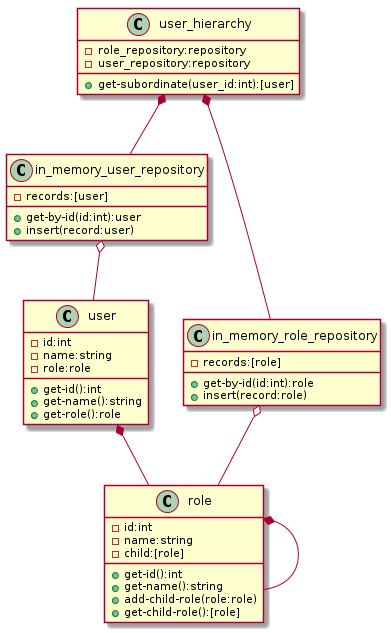
Before: documentation/architecture/class.png, a diagram exported from PlantUML (svo/role-based-access-control).
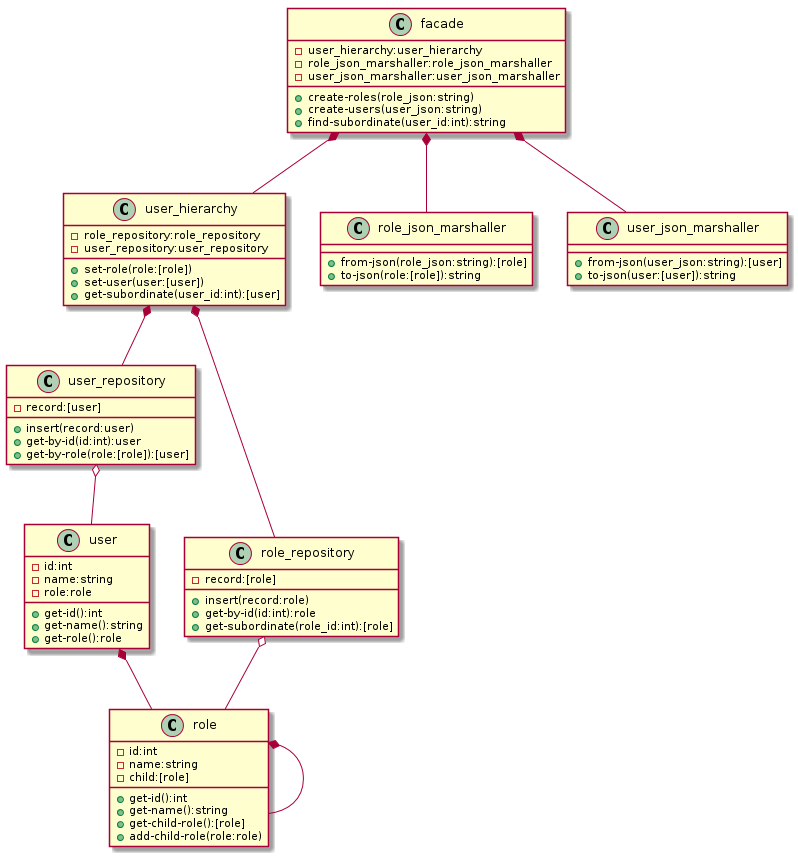
After the change.

Commit message:
Additional interactions in class diagram

Task: https://trello.com/c/miJSLy8b/

What changed in the source:
```diff
@@ -7,8 +7,8 @@
 
   + get-id():int
   + get-name():string
+  + get-child-role():[role]
   + add-child-role(role:role)
-  + get-child-role():[role]
 }
 
 class user {
@@ -21,32 +21,58 @@
   + get-role():role
 }
 
-class in_memory_user_repository {
-  - records:[user]
+class user_repository {
+  - record:[user]
 
+  + insert(record:user)
   + get-by-id(id:int):user
-  + insert(record:user)
+  + get-by-role(role:[role]):[user]
 }
 
-class in_memory_role_repository {
-  - records:[role]
+class role_repository {
+  - record:[role]
 
+  + insert(record:role)
   + get-by-id(id:int):role
-  + insert(record:role)
+  + get-subordinate(role_id:int):[role]
 }
 
 class user_hierarchy {
-  - role_repository:repository
-  - user_repository:repository
+  - role_repository:role_repository
+  - user_repository:user_repository
 
+  + set-role(role:[role])
+  + set-user(user:[user])
   + get-subordinate(user_id:int):[user]
+}
+
+class role_json_marshaller {
+  + from-json(role_json:string):[role]
+  + to-json(role:[role]):string
+}
+
+class user_json_marshaller {
+  + from-json(user_json:string):[user]
+  + to-json(user:[user]):string
+}
+
+class facade {
+  - user_hierarchy:user_hierarchy
+  - role_json_marshaller:role_json_marshaller
+  - user_json_marshaller:user_json_marshaller
+
+  + create-roles(role_json:string)
+  + create-users(user_json:string)
+  + find-subordinate(user_id:int):string
 }
 
 role *-- role
 user *-- role
-user_hierarchy *-- in_memory_role_repository
-user_hierarchy *-- in_memory_user_repository
-in_memory_user_repository o-- user
-in_memory_role_repository o-- role
-
+user_hierarchy *-- role_repository
+user_hierarchy *-- user_repository
+user_repository o-- user
+role_repository o-- role
+facade *-- user_hierarchy
+facade *-- role_json_marshaller
+facade *-- user_json_marshaller
 @enduml
```
